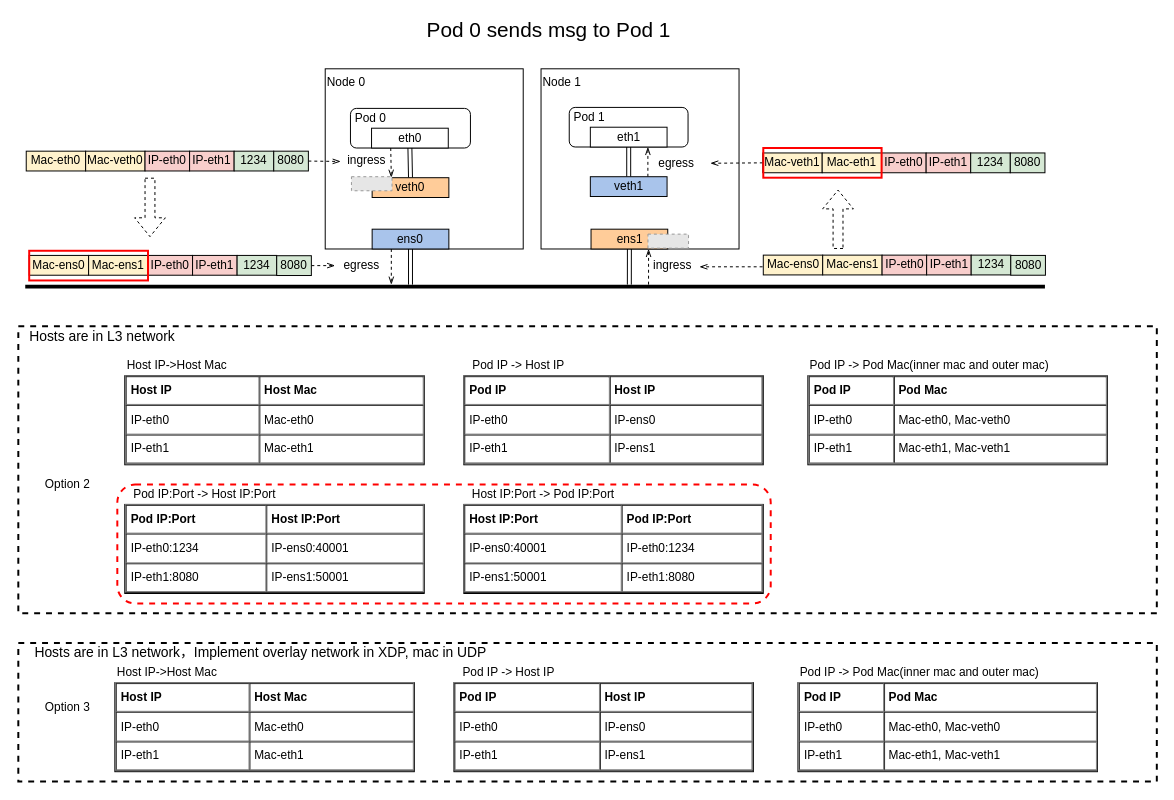
LuyaoZhong/Figures keeps this draw.io diagram as XDP_L3net.drawio. Above is the earlier version. Source tidied: cells renumbered, new cells numbered last; positions are measured from the earlier drawing's top-left corner, leaving out a move shared by most shapes. Both pictures are drawn from the tidied source at 99%, with x=0, y=0 at pixel (18, 19). Pictures stored in the file or linked from it are replaced by grey dashed boxes.
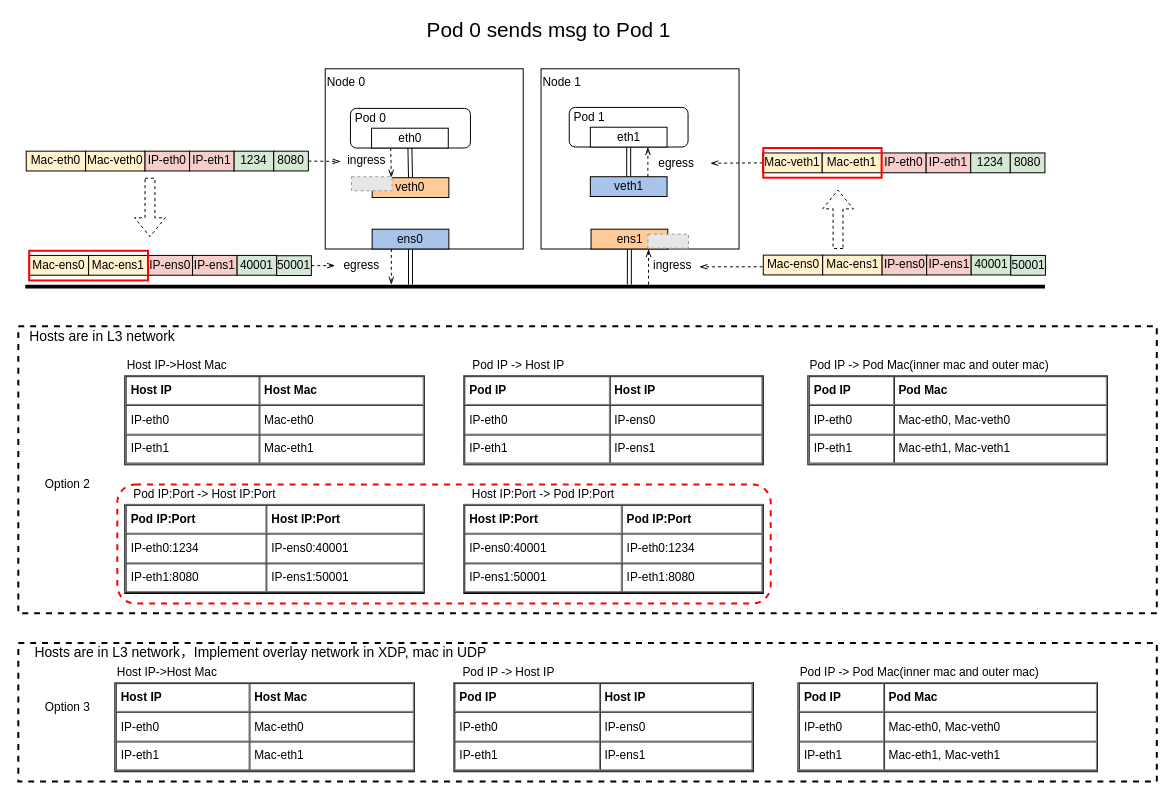
The same diagram, later.

Diff of the diagram source:
```diff
@@
-    <mxCell id="33" value="IP-eth0" style="rounded=0;whiteSpace=wrap;html=1;strokeColor=#000000;fillColor=#F8CECC;" parent="1" vertex="1">
+    <mxCell id="33" value="IP-ens0" style="rounded=0;whiteSpace=wrap;html=1;strokeColor=#000000;fillColor=#F8CECC;" parent="1" vertex="1">
       <mxGeometry x="131" y="238.5" width="45" height="20" as="geometry" />
     </mxCell>
-    <mxCell id="34" value="IP-eth1" style="rounded=0;whiteSpace=wrap;html=1;strokeColor=#000000;fillColor=#F8CECC;" parent="1" vertex="1">
+    <mxCell id="34" value="IP-ens1" style="rounded=0;whiteSpace=wrap;html=1;strokeColor=#000000;fillColor=#F8CECC;" parent="1" vertex="1">
       <mxGeometry x="176" y="238.5" width="45" height="20" as="geometry" />
     </mxCell>
-    <mxCell id="35" value="1234" style="rounded=0;whiteSpace=wrap;html=1;strokeColor=#000000;fillColor=#D5E8D4;" parent="1" vertex="1">
+    <mxCell id="35" value="40001" style="rounded=0;whiteSpace=wrap;html=1;strokeColor=#000000;fillColor=#D5E8D4;" parent="1" vertex="1">
       <mxGeometry x="221" y="238.5" width="40" height="20" as="geometry" />
     </mxCell>
@@
-    <mxCell id="37" value="8080" style="rounded=0;whiteSpace=wrap;html=1;strokeColor=#000000;fillColor=#D5E8D4;" parent="1" vertex="1">
+    <mxCell id="37" value="50001" style="rounded=0;whiteSpace=wrap;html=1;strokeColor=#000000;fillColor=#D5E8D4;" parent="1" vertex="1">
       <mxGeometry x="261" y="238.8" width="35" height="20" as="geometry" />
     </mxCell>
@@
-    <mxCell id="47" value="IP-eth0" style="rounded=0;whiteSpace=wrap;html=1;strokeColor=#000000;fillColor=#F8CECC;" parent="1" vertex="1">
+    <mxCell id="47" value="IP-ens0" style="rounded=0;whiteSpace=wrap;html=1;strokeColor=#000000;fillColor=#F8CECC;" parent="1" vertex="1">
       <mxGeometry x="872.5" y="238.2" width="45" height="20" as="geometry" />
     </mxCell>
-    <mxCell id="48" value="IP-eth1" style="rounded=0;whiteSpace=wrap;html=1;strokeColor=#000000;fillColor=#F8CECC;" parent="1" vertex="1">
+    <mxCell id="48" value="IP-ens1" style="rounded=0;whiteSpace=wrap;html=1;strokeColor=#000000;fillColor=#F8CECC;" parent="1" vertex="1">
       <mxGeometry x="917.5" y="238.2" width="45" height="20" as="geometry" />
     </mxCell>
-    <mxCell id="49" value="1234" style="rounded=0;whiteSpace=wrap;html=1;strokeColor=#000000;fillColor=#D5E8D4;" parent="1" vertex="1">
+    <mxCell id="49" value="40001" style="rounded=0;whiteSpace=wrap;html=1;strokeColor=#000000;fillColor=#D5E8D4;" parent="1" vertex="1">
       <mxGeometry x="962.5" y="238.2" width="40" height="20" as="geometry" />
     </mxCell>
-    <mxCell id="50" value="8080" style="rounded=0;whiteSpace=wrap;html=1;strokeColor=#000000;fillColor=#D5E8D4;" parent="1" vertex="1">
+    <mxCell id="50" value="50001" style="rounded=0;whiteSpace=wrap;html=1;strokeColor=#000000;fillColor=#D5E8D4;" parent="1" vertex="1">
       <mxGeometry x="1002.5" y="238.5" width="35" height="20" as="geometry" />
     </mxCell>
```
